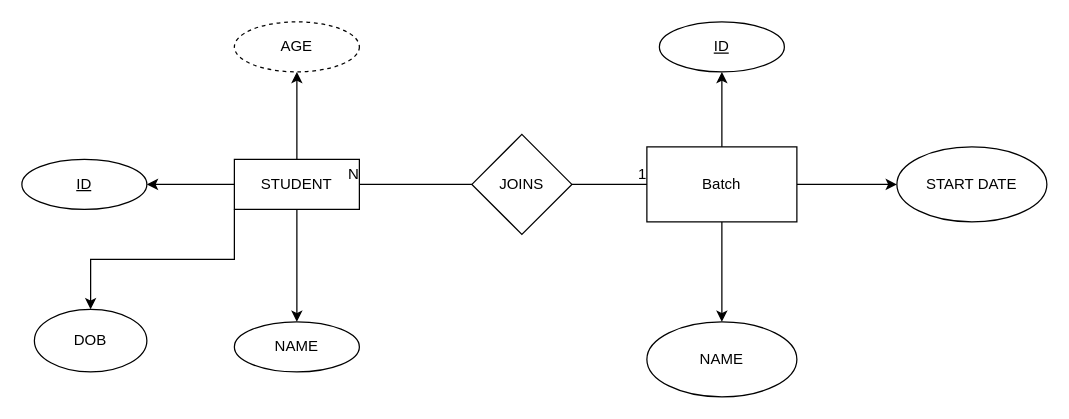
Above: database/media/partial-er.drawio in kanmaytacker/fundamentals (draw.io), before the change. Source tidied: cells renumbered, new cells numbered last; positions are measured from the earlier drawing's top-left corner, leaving out a move shared by most shapes. Both pictures are drawn from the tidied source at 125%, with x=0, y=0 at pixel (21, 21).
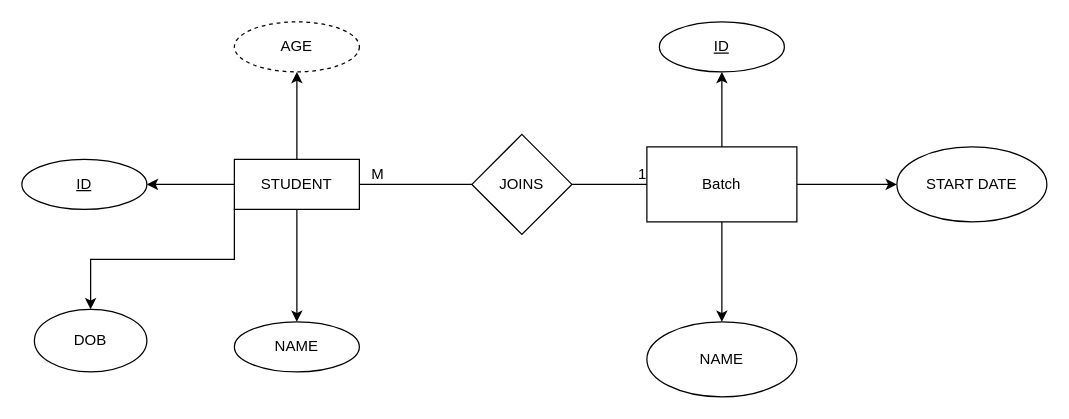
After the change.

The change refers to these unchanged cells:
```xml
<mxCell id="21" style="endArrow=none;html=1;rounded=0;entryX=1;entryY=0.5;entryDx=0;entryDy=0;exitX=0;exitY=0.5;exitDx=0;exitDy=0;" parent="1" edge="1" source="11" target="6">
  <mxGeometry relative="1" as="geometry" />
</mxCell>
```

The edit, as a diff of the source:
```diff
@@
-    <mxCell id="22" value="N" style="html=1;align=right;verticalAlign=bottom;" parent="21" vertex="1">
-      <mxGeometry x="1" relative="1" as="geometry" />
+    <mxCell id="22" value="M" style="html=1;align=right;verticalAlign=bottom;" parent="21" vertex="1">
+      <mxGeometry x="1" relative="1" as="geometry">
+        <mxPoint x="20" as="offset" />
+      </mxGeometry>
     </mxCell>
```
